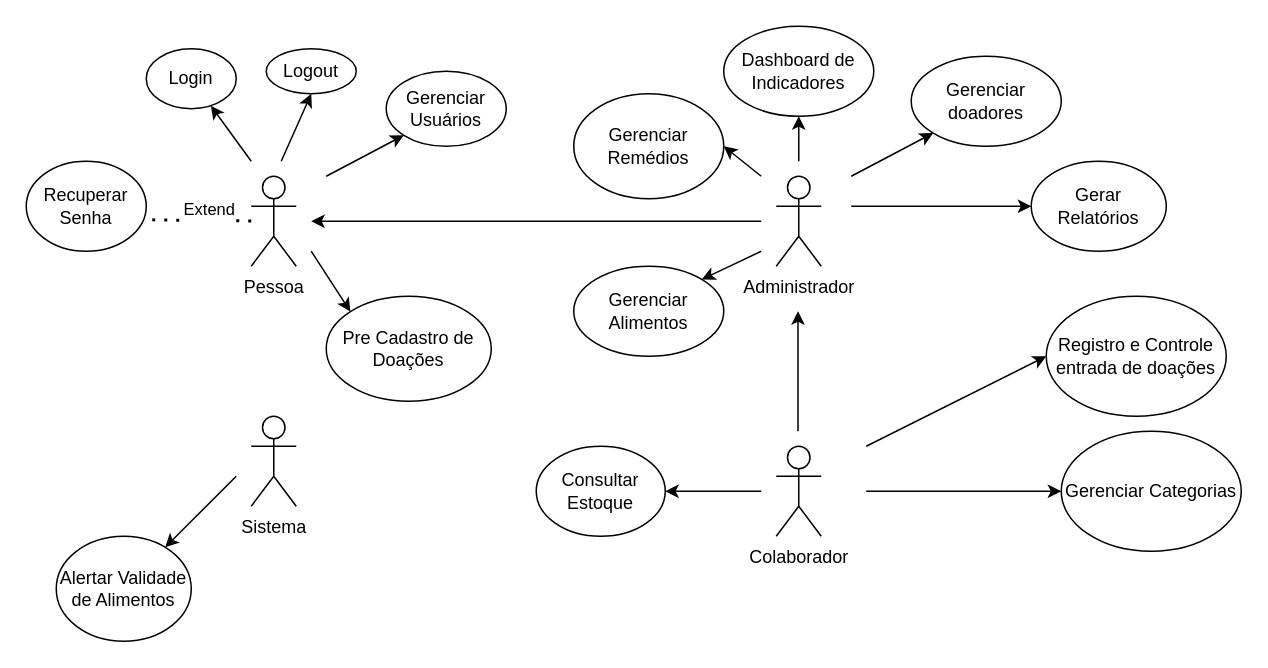
Above: Diagrama sem nome.drawio in I23Rodrigues/ES2N (draw.io), before the change. Source tidied: cells renumbered, new cells numbered last; positions are measured from the earlier drawing's top-left corner, leaving out a move shared by most shapes. Both pictures are drawn from the tidied source at 150%, with x=0, y=0 at pixel (26, 26).
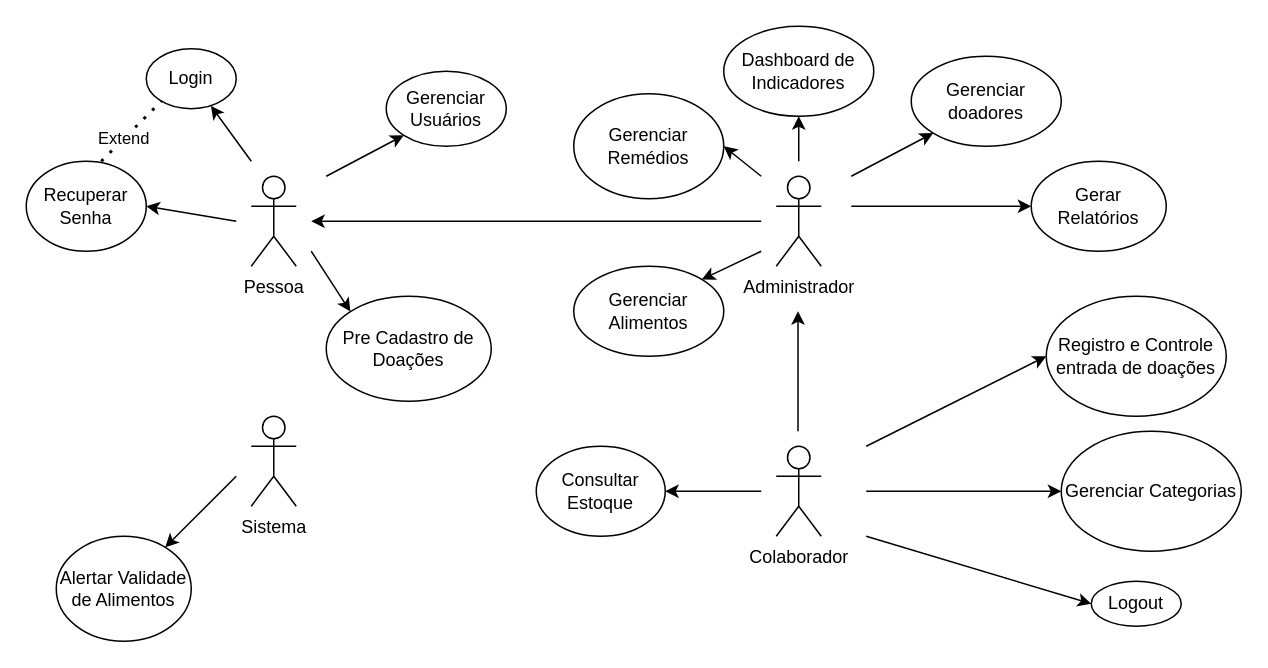
After the change.

The change refers to these unchanged cells:
```xml
<mxCell id="2" value="&lt;div&gt;Pessoa&lt;/div&gt;&lt;div&gt;&lt;br&gt;&lt;/div&gt;" style="shape=umlActor;verticalLabelPosition=bottom;verticalAlign=top;html=1;outlineConnect=0;" parent="1" vertex="1">
  <mxGeometry x="150" y="100" width="30" height="60" as="geometry" />
</mxCell>
<mxCell id="8" value="Recuperar Senha" style="ellipse;whiteSpace=wrap;html=1;" parent="1" vertex="1">
  <mxGeometry y="90" width="80" height="60" as="geometry" />
</mxCell>
```

Diff of the diagram source:
```diff
@@
     <mxCell id="7" value="Logout" style="ellipse;whiteSpace=wrap;html=1;" parent="1" vertex="1">
-      <mxGeometry x="160" y="15" width="60" height="30" as="geometry" />
+      <mxGeometry x="710" y="370" width="60" height="30" as="geometry" />
     </mxCell>
@@
-    <mxCell id="9" style="endArrow=none;dashed=1;html=1;dashPattern=1 3;strokeWidth=2;rounded=0;entryX=0.975;entryY=0.65;entryDx=0;entryDy=0;entryPerimeter=0;" parent="1" edge="1" source="2" target="8">
-      <mxGeometry relative="1" as="geometry" />
-    </mxCell>
-    <mxCell id="10" value="Extend&lt;div&gt;&lt;br&gt;&lt;/div&gt;" style="edgeLabel;html=1;align=center;verticalAlign=middle;" parent="9" vertex="1">
-      <mxGeometry x="-0.19" y="-1" relative="1" as="geometry" />
-    </mxCell>
@@
-    <mxCell id="29" style="endArrow=classic;html=1;rounded=0;entryX=0.5;entryY=1;entryDx=0;entryDy=0;" parent="1" edge="1" target="7">
+    <mxCell id="29" style="endArrow=classic;html=1;rounded=0;entryX=0;entryY=0.5;entryDx=0;entryDy=0;" parent="1" edge="1" target="7">
       <mxGeometry relative="1" as="geometry">
-        <mxPoint x="170" y="90" as="sourcePoint" />
+        <mxPoint x="560" y="340" as="sourcePoint" />
       </mxGeometry>
     </mxCell>
@@
+    <mxCell id="38" style="endArrow=classic;html=1;rounded=0;entryX=1;entryY=0.5;entryDx=0;entryDy=0;" parent="1" edge="1" target="8">
+      <mxGeometry relative="1" as="geometry">
+        <mxPoint x="140" y="130" as="sourcePoint" />
+      </mxGeometry>
+    </mxCell>
+    <mxCell id="39" style="endArrow=none;dashed=1;html=1;dashPattern=1 3;strokeWidth=2;rounded=0;" parent="1" edge="1">
+      <mxGeometry relative="1" as="geometry">
+        <mxPoint x="50" y="90" as="sourcePoint" />
+        <mxPoint x="90" y="50" as="targetPoint" />
+      </mxGeometry>
+    </mxCell>
+    <mxCell id="10" value="Extend" style="edgeLabel;html=1;align=center;verticalAlign=middle;" parent="39" vertex="1">
+      <mxGeometry x="-0.25" y="1" relative="1" as="geometry" />
+    </mxCell>
```
